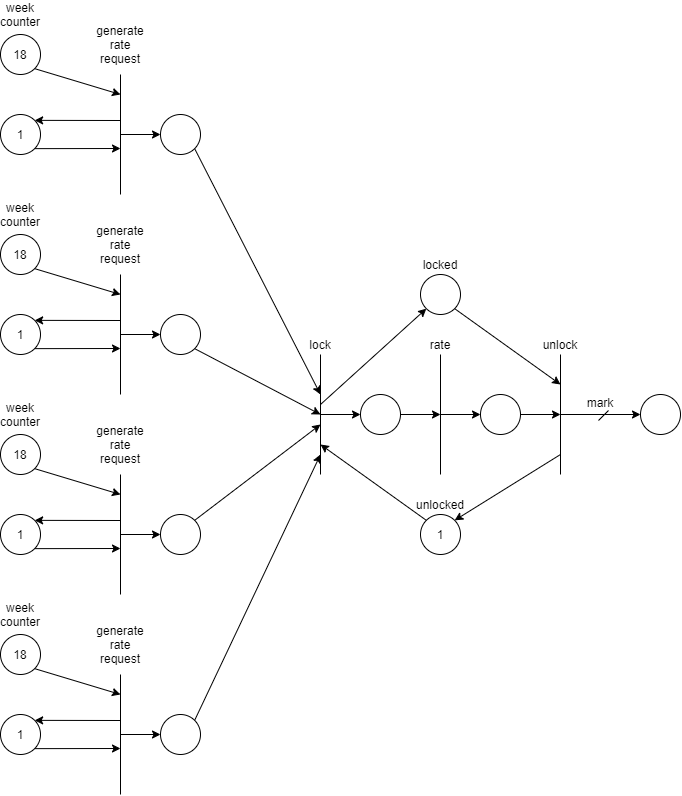
ojdmytruk/PDC keeps this draw.io diagram as lab5/journal thread petri.png. Above is the earlier version. Source tidied: cells renumbered, new cells last; positions are measured from the earlier drawing's top-left corner, leaving out a move shared by most shapes. Source of this version:
```xml
<mxGraphModel>
  <root>
    <mxCell id="0" />
    <mxCell id="1" parent="0" />
    <mxCell id="2" value="18" style="ellipse;whiteSpace=wrap;html=1;" parent="1" vertex="1">
      <mxGeometry y="30" width="40" height="40" as="geometry" />
    </mxCell>
    <mxCell id="3" value="week counter" style="text;html=1;strokeColor=none;fillColor=none;align=center;verticalAlign=middle;whiteSpace=wrap;rounded=0;" parent="1" vertex="1">
      <mxGeometry width="40" height="20" as="geometry" />
    </mxCell>
    <mxCell id="4" value="1" style="ellipse;whiteSpace=wrap;html=1;" parent="1" vertex="1">
      <mxGeometry y="110" width="40" height="40" as="geometry" />
    </mxCell>
    <mxCell id="5" style="endArrow=none;html=1;" parent="1" edge="1">
      <mxGeometry relative="1" as="geometry">
        <mxPoint x="120" y="190" as="sourcePoint" />
        <mxPoint x="120" y="70" as="targetPoint" />
      </mxGeometry>
    </mxCell>
    <mxCell id="6" value="generate rate request" style="text;html=1;strokeColor=none;fillColor=none;align=center;verticalAlign=middle;whiteSpace=wrap;rounded=0;" parent="1" vertex="1">
      <mxGeometry x="100" y="30" width="40" height="20" as="geometry" />
    </mxCell>
    <mxCell id="7" style="endArrow=classic;html=1;exitX=1;exitY=1;exitDx=0;exitDy=0;" parent="1" edge="1" source="4">
      <mxGeometry relative="1" as="geometry">
        <mxPoint x="120" y="144" as="targetPoint" />
      </mxGeometry>
    </mxCell>
    <mxCell id="8" style="endArrow=classic;html=1;entryX=1;entryY=0;entryDx=0;entryDy=0;" parent="1" edge="1" target="4">
      <mxGeometry relative="1" as="geometry">
        <mxPoint x="120" y="116" as="sourcePoint" />
      </mxGeometry>
    </mxCell>
    <mxCell id="9" style="endArrow=classic;html=1;exitX=1;exitY=1;exitDx=0;exitDy=0;" parent="1" edge="1" source="2">
      <mxGeometry relative="1" as="geometry">
        <mxPoint x="120" y="90" as="targetPoint" />
      </mxGeometry>
    </mxCell>
    <mxCell id="10" style="ellipse;whiteSpace=wrap;html=1;" parent="1" vertex="1">
      <mxGeometry x="160" y="110" width="40" height="40" as="geometry" />
    </mxCell>
    <mxCell id="11" style="endArrow=classic;html=1;entryX=0;entryY=0.5;entryDx=0;entryDy=0;" parent="1" edge="1" target="10">
      <mxGeometry relative="1" as="geometry">
        <mxPoint x="120" y="130" as="sourcePoint" />
      </mxGeometry>
    </mxCell>
    <mxCell id="12" value="18" style="ellipse;whiteSpace=wrap;html=1;" parent="1" vertex="1">
      <mxGeometry y="230" width="40" height="40" as="geometry" />
    </mxCell>
    <mxCell id="13" value="week counter" style="text;html=1;strokeColor=none;fillColor=none;align=center;verticalAlign=middle;whiteSpace=wrap;rounded=0;" parent="1" vertex="1">
      <mxGeometry y="200" width="40" height="20" as="geometry" />
    </mxCell>
    <mxCell id="14" value="1" style="ellipse;whiteSpace=wrap;html=1;" parent="1" vertex="1">
      <mxGeometry y="310" width="40" height="40" as="geometry" />
    </mxCell>
    <mxCell id="15" style="endArrow=none;html=1;" parent="1" edge="1">
      <mxGeometry relative="1" as="geometry">
        <mxPoint x="120" y="390" as="sourcePoint" />
        <mxPoint x="120" y="270" as="targetPoint" />
      </mxGeometry>
    </mxCell>
    <mxCell id="16" value="generate rate request" style="text;html=1;strokeColor=none;fillColor=none;align=center;verticalAlign=middle;whiteSpace=wrap;rounded=0;" parent="1" vertex="1">
      <mxGeometry x="100" y="230" width="40" height="20" as="geometry" />
    </mxCell>
    <mxCell id="17" style="endArrow=classic;html=1;exitX=1;exitY=1;exitDx=0;exitDy=0;" parent="1" edge="1" source="14">
      <mxGeometry relative="1" as="geometry">
        <mxPoint x="120" y="344" as="targetPoint" />
      </mxGeometry>
    </mxCell>
    <mxCell id="18" style="endArrow=classic;html=1;entryX=1;entryY=0;entryDx=0;entryDy=0;" parent="1" edge="1" target="14">
      <mxGeometry relative="1" as="geometry">
        <mxPoint x="120" y="316" as="sourcePoint" />
      </mxGeometry>
    </mxCell>
    <mxCell id="19" style="endArrow=classic;html=1;exitX=1;exitY=1;exitDx=0;exitDy=0;" parent="1" edge="1" source="12">
      <mxGeometry relative="1" as="geometry">
        <mxPoint x="120" y="290" as="targetPoint" />
      </mxGeometry>
    </mxCell>
    <mxCell id="20" style="ellipse;whiteSpace=wrap;html=1;" parent="1" vertex="1">
      <mxGeometry x="160" y="310" width="40" height="40" as="geometry" />
    </mxCell>
    <mxCell id="21" style="endArrow=classic;html=1;entryX=0;entryY=0.5;entryDx=0;entryDy=0;" parent="1" edge="1" target="20">
      <mxGeometry relative="1" as="geometry">
        <mxPoint x="120" y="330" as="sourcePoint" />
      </mxGeometry>
    </mxCell>
    <mxCell id="22" value="18" style="ellipse;whiteSpace=wrap;html=1;" parent="1" vertex="1">
      <mxGeometry y="430" width="40" height="40" as="geometry" />
    </mxCell>
    <mxCell id="23" value="week counter" style="text;html=1;strokeColor=none;fillColor=none;align=center;verticalAlign=middle;whiteSpace=wrap;rounded=0;" parent="1" vertex="1">
      <mxGeometry y="400" width="40" height="20" as="geometry" />
    </mxCell>
    <mxCell id="24" value="1" style="ellipse;whiteSpace=wrap;html=1;" parent="1" vertex="1">
      <mxGeometry y="510" width="40" height="40" as="geometry" />
    </mxCell>
    <mxCell id="25" style="endArrow=none;html=1;" parent="1" edge="1">
      <mxGeometry relative="1" as="geometry">
        <mxPoint x="120" y="590" as="sourcePoint" />
        <mxPoint x="120" y="470" as="targetPoint" />
      </mxGeometry>
    </mxCell>
    <mxCell id="26" value="generate rate request" style="text;html=1;strokeColor=none;fillColor=none;align=center;verticalAlign=middle;whiteSpace=wrap;rounded=0;" parent="1" vertex="1">
      <mxGeometry x="100" y="430" width="40" height="20" as="geometry" />
    </mxCell>
    <mxCell id="27" style="endArrow=classic;html=1;exitX=1;exitY=1;exitDx=0;exitDy=0;" parent="1" edge="1" source="24">
      <mxGeometry relative="1" as="geometry">
        <mxPoint x="120" y="544" as="targetPoint" />
      </mxGeometry>
    </mxCell>
    <mxCell id="28" style="endArrow=classic;html=1;entryX=1;entryY=0;entryDx=0;entryDy=0;" parent="1" edge="1" target="24">
      <mxGeometry relative="1" as="geometry">
        <mxPoint x="120" y="516" as="sourcePoint" />
      </mxGeometry>
    </mxCell>
    <mxCell id="29" style="endArrow=classic;html=1;exitX=1;exitY=1;exitDx=0;exitDy=0;" parent="1" edge="1" source="22">
      <mxGeometry relative="1" as="geometry">
        <mxPoint x="120" y="490" as="targetPoint" />
      </mxGeometry>
    </mxCell>
    <mxCell id="30" style="ellipse;whiteSpace=wrap;html=1;" parent="1" vertex="1">
      <mxGeometry x="160" y="510" width="40" height="40" as="geometry" />
    </mxCell>
    <mxCell id="31" style="endArrow=classic;html=1;entryX=0;entryY=0.5;entryDx=0;entryDy=0;" parent="1" edge="1" target="30">
      <mxGeometry relative="1" as="geometry">
        <mxPoint x="120" y="530" as="sourcePoint" />
      </mxGeometry>
    </mxCell>
    <mxCell id="32" value="18" style="ellipse;whiteSpace=wrap;html=1;" parent="1" vertex="1">
      <mxGeometry y="630" width="40" height="40" as="geometry" />
    </mxCell>
    <mxCell id="33" value="week counter" style="text;html=1;strokeColor=none;fillColor=none;align=center;verticalAlign=middle;whiteSpace=wrap;rounded=0;" parent="1" vertex="1">
      <mxGeometry y="600" width="40" height="20" as="geometry" />
    </mxCell>
    <mxCell id="34" value="1" style="ellipse;whiteSpace=wrap;html=1;" parent="1" vertex="1">
      <mxGeometry y="710" width="40" height="40" as="geometry" />
    </mxCell>
    <mxCell id="35" style="endArrow=none;html=1;" parent="1" edge="1">
      <mxGeometry relative="1" as="geometry">
        <mxPoint x="120" y="790" as="sourcePoint" />
        <mxPoint x="120" y="670" as="targetPoint" />
      </mxGeometry>
    </mxCell>
    <mxCell id="36" value="generate rate request" style="text;html=1;strokeColor=none;fillColor=none;align=center;verticalAlign=middle;whiteSpace=wrap;rounded=0;" parent="1" vertex="1">
      <mxGeometry x="100" y="630" width="40" height="20" as="geometry" />
    </mxCell>
    <mxCell id="37" style="endArrow=classic;html=1;exitX=1;exitY=1;exitDx=0;exitDy=0;" parent="1" edge="1" source="34">
      <mxGeometry relative="1" as="geometry">
        <mxPoint x="120" y="744" as="targetPoint" />
      </mxGeometry>
    </mxCell>
    <mxCell id="38" style="endArrow=classic;html=1;entryX=1;entryY=0;entryDx=0;entryDy=0;" parent="1" edge="1" target="34">
      <mxGeometry relative="1" as="geometry">
        <mxPoint x="120" y="716" as="sourcePoint" />
      </mxGeometry>
    </mxCell>
    <mxCell id="39" style="endArrow=classic;html=1;exitX=1;exitY=1;exitDx=0;exitDy=0;" parent="1" edge="1" source="32">
      <mxGeometry relative="1" as="geometry">
        <mxPoint x="120" y="690" as="targetPoint" />
      </mxGeometry>
    </mxCell>
    <mxCell id="40" style="ellipse;whiteSpace=wrap;html=1;" parent="1" vertex="1">
      <mxGeometry x="160" y="710" width="40" height="40" as="geometry" />
    </mxCell>
    <mxCell id="41" style="endArrow=classic;html=1;entryX=0;entryY=0.5;entryDx=0;entryDy=0;" parent="1" edge="1" target="40">
      <mxGeometry relative="1" as="geometry">
        <mxPoint x="120" y="730" as="sourcePoint" />
      </mxGeometry>
    </mxCell>
    <mxCell id="42" style="endArrow=none;html=1;" parent="1" edge="1">
      <mxGeometry relative="1" as="geometry">
        <mxPoint x="320" y="470" as="sourcePoint" />
        <mxPoint x="320" y="350" as="targetPoint" />
      </mxGeometry>
    </mxCell>
    <mxCell id="43" value="lock" style="text;html=1;strokeColor=none;fillColor=none;align=center;verticalAlign=middle;whiteSpace=wrap;rounded=0;" parent="1" vertex="1">
      <mxGeometry x="300" y="330" width="40" height="20" as="geometry" />
    </mxCell>
    <mxCell id="44" style="endArrow=classic;html=1;exitX=1;exitY=1;exitDx=0;exitDy=0;" parent="1" edge="1" source="10">
      <mxGeometry relative="1" as="geometry">
        <mxPoint x="320" y="390" as="targetPoint" />
      </mxGeometry>
    </mxCell>
    <mxCell id="45" style="endArrow=classic;html=1;exitX=1;exitY=1;exitDx=0;exitDy=0;" parent="1" edge="1" source="20">
      <mxGeometry relative="1" as="geometry">
        <mxPoint x="320" y="410" as="targetPoint" />
      </mxGeometry>
    </mxCell>
    <mxCell id="46" style="endArrow=classic;html=1;exitX=1;exitY=0;exitDx=0;exitDy=0;" parent="1" edge="1" source="30">
      <mxGeometry relative="1" as="geometry">
        <mxPoint x="320" y="420" as="targetPoint" />
      </mxGeometry>
    </mxCell>
    <mxCell id="47" style="endArrow=classic;html=1;exitX=1;exitY=0;exitDx=0;exitDy=0;" parent="1" edge="1" source="40">
      <mxGeometry relative="1" as="geometry">
        <mxPoint x="320" y="450" as="targetPoint" />
      </mxGeometry>
    </mxCell>
    <mxCell id="48" style="ellipse;whiteSpace=wrap;html=1;" parent="1" vertex="1">
      <mxGeometry x="360" y="390" width="40" height="40" as="geometry" />
    </mxCell>
    <mxCell id="49" style="endArrow=none;html=1;" parent="1" edge="1">
      <mxGeometry relative="1" as="geometry">
        <mxPoint x="440" y="470" as="sourcePoint" />
        <mxPoint x="440" y="350" as="targetPoint" />
      </mxGeometry>
    </mxCell>
    <mxCell id="50" value="rate" style="text;html=1;strokeColor=none;fillColor=none;align=center;verticalAlign=middle;whiteSpace=wrap;rounded=0;" parent="1" vertex="1">
      <mxGeometry x="420" y="330" width="40" height="20" as="geometry" />
    </mxCell>
    <mxCell id="51" style="endArrow=classic;html=1;entryX=0;entryY=0.5;entryDx=0;entryDy=0;" parent="1" edge="1" target="48">
      <mxGeometry relative="1" as="geometry">
        <mxPoint x="320" y="410" as="sourcePoint" />
      </mxGeometry>
    </mxCell>
    <mxCell id="52" style="endArrow=classic;html=1;exitX=1;exitY=0.5;exitDx=0;exitDy=0;" parent="1" edge="1" source="48">
      <mxGeometry relative="1" as="geometry">
        <mxPoint x="440" y="410" as="targetPoint" />
      </mxGeometry>
    </mxCell>
    <mxCell id="53" style="ellipse;whiteSpace=wrap;html=1;" parent="1" vertex="1">
      <mxGeometry x="480" y="390" width="40" height="40" as="geometry" />
    </mxCell>
    <mxCell id="54" style="endArrow=none;html=1;" parent="1" edge="1">
      <mxGeometry relative="1" as="geometry">
        <mxPoint x="560" y="470" as="sourcePoint" />
        <mxPoint x="560" y="350" as="targetPoint" />
      </mxGeometry>
    </mxCell>
    <mxCell id="55" value="unlock" style="text;html=1;strokeColor=none;fillColor=none;align=center;verticalAlign=middle;whiteSpace=wrap;rounded=0;" parent="1" vertex="1">
      <mxGeometry x="540" y="330" width="40" height="20" as="geometry" />
    </mxCell>
    <mxCell id="56" style="endArrow=classic;html=1;entryX=0;entryY=0.5;entryDx=0;entryDy=0;" parent="1" edge="1" target="53">
      <mxGeometry relative="1" as="geometry">
        <mxPoint x="440" y="410" as="sourcePoint" />
      </mxGeometry>
    </mxCell>
    <mxCell id="57" style="endArrow=classic;html=1;exitX=1;exitY=0.5;exitDx=0;exitDy=0;" parent="1" edge="1" source="53">
      <mxGeometry relative="1" as="geometry">
        <mxPoint x="560" y="410" as="targetPoint" />
      </mxGeometry>
    </mxCell>
    <mxCell id="58" style="ellipse;whiteSpace=wrap;html=1;" parent="1" vertex="1">
      <mxGeometry x="420" y="270" width="40" height="40" as="geometry" />
    </mxCell>
    <mxCell id="59" value="1" style="ellipse;whiteSpace=wrap;html=1;" parent="1" vertex="1">
      <mxGeometry x="420" y="510" width="40" height="40" as="geometry" />
    </mxCell>
    <mxCell id="60" value="locked" style="text;html=1;strokeColor=none;fillColor=none;align=center;verticalAlign=middle;whiteSpace=wrap;rounded=0;" parent="1" vertex="1">
      <mxGeometry x="420" y="250" width="40" height="20" as="geometry" />
    </mxCell>
    <mxCell id="61" value="unlocked" style="text;html=1;strokeColor=none;fillColor=none;align=center;verticalAlign=middle;whiteSpace=wrap;rounded=0;" parent="1" vertex="1">
      <mxGeometry x="420" y="490" width="40" height="20" as="geometry" />
    </mxCell>
    <mxCell id="62" style="endArrow=classic;html=1;entryX=0;entryY=1;entryDx=0;entryDy=0;" parent="1" edge="1" target="58">
      <mxGeometry relative="1" as="geometry">
        <mxPoint x="320" y="400" as="sourcePoint" />
      </mxGeometry>
    </mxCell>
    <mxCell id="63" style="endArrow=classic;html=1;exitX=1;exitY=1;exitDx=0;exitDy=0;" parent="1" edge="1" source="58">
      <mxGeometry relative="1" as="geometry">
        <mxPoint x="560" y="380" as="targetPoint" />
      </mxGeometry>
    </mxCell>
    <mxCell id="64" style="endArrow=classic;html=1;entryX=1;entryY=0;entryDx=0;entryDy=0;" parent="1" edge="1" target="59">
      <mxGeometry relative="1" as="geometry">
        <mxPoint x="560" y="450" as="sourcePoint" />
      </mxGeometry>
    </mxCell>
    <mxCell id="65" style="endArrow=classic;html=1;exitX=0;exitY=0;exitDx=0;exitDy=0;" parent="1" edge="1" source="59">
      <mxGeometry relative="1" as="geometry">
        <mxPoint x="320" y="440" as="targetPoint" />
      </mxGeometry>
    </mxCell>
    <mxCell id="66" style="ellipse;whiteSpace=wrap;html=1;" parent="1" vertex="1">
      <mxGeometry x="640" y="390" width="40" height="40" as="geometry" />
    </mxCell>
    <mxCell id="67" style="endArrow=classic;html=1;entryX=0;entryY=0.5;entryDx=0;entryDy=0;" parent="1" edge="1" target="66">
      <mxGeometry relative="1" as="geometry">
        <mxPoint x="560" y="410" as="sourcePoint" />
      </mxGeometry>
    </mxCell>
    <mxCell id="68" style="endArrow=none;html=1;" parent="1" edge="1">
      <mxGeometry relative="1" as="geometry">
        <mxPoint x="598" y="416" as="sourcePoint" />
        <mxPoint x="608" y="406" as="targetPoint" />
      </mxGeometry>
    </mxCell>
    <mxCell id="69" value="mark" style="text;html=1;strokeColor=none;fillColor=none;align=center;verticalAlign=middle;whiteSpace=wrap;rounded=0;" parent="1" vertex="1">
      <mxGeometry x="580" y="388" width="40" height="20" as="geometry" />
    </mxCell>
  </root>
</mxGraphModel>
```
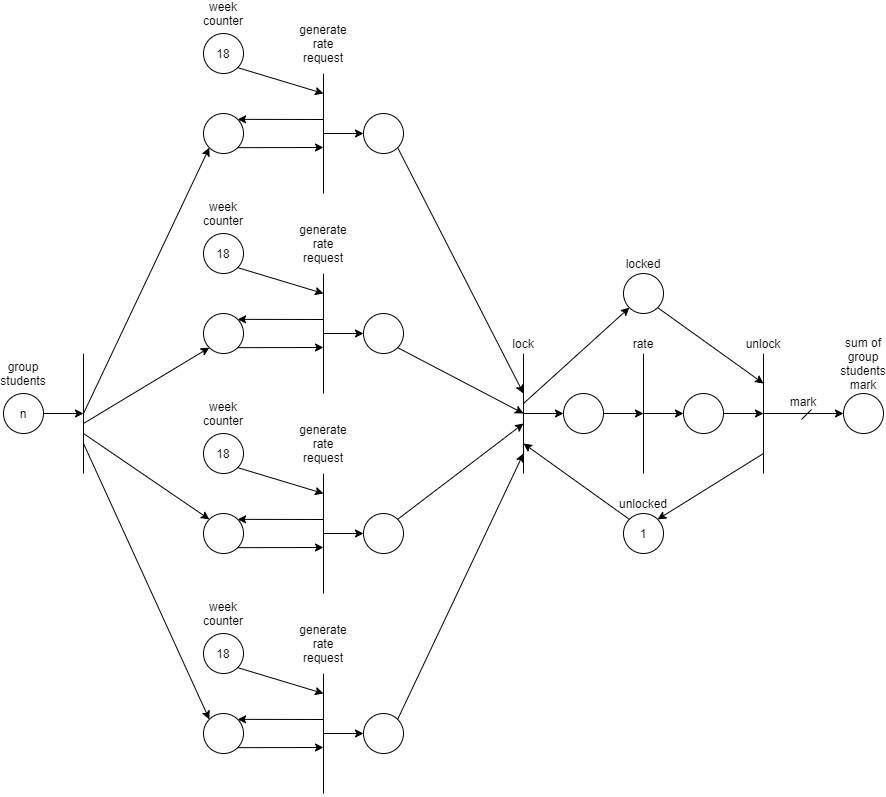
The same diagram one commit later.

Change to the diagram source:
```diff
@@ -8,7 +8,7 @@
     <mxCell id="3" value="week counter" style="text;html=1;strokeColor=none;fillColor=none;align=center;verticalAlign=middle;whiteSpace=wrap;rounded=0;" parent="1" vertex="1">
       <mxGeometry width="40" height="20" as="geometry" />
     </mxCell>
-    <mxCell id="4" value="1" style="ellipse;whiteSpace=wrap;html=1;" parent="1" vertex="1">
+    <mxCell id="4" style="ellipse;whiteSpace=wrap;html=1;" parent="1" vertex="1">
       <mxGeometry y="110" width="40" height="40" as="geometry" />
     </mxCell>
     <mxCell id="5" style="endArrow=none;html=1;" parent="1" edge="1">
@@ -49,7 +49,7 @@
     <mxCell id="13" value="week counter" style="text;html=1;strokeColor=none;fillColor=none;align=center;verticalAlign=middle;whiteSpace=wrap;rounded=0;" parent="1" vertex="1">
       <mxGeometry y="200" width="40" height="20" as="geometry" />
     </mxCell>
-    <mxCell id="14" value="1" style="ellipse;whiteSpace=wrap;html=1;" parent="1" vertex="1">
+    <mxCell id="14" style="ellipse;whiteSpace=wrap;html=1;" parent="1" vertex="1">
       <mxGeometry y="310" width="40" height="40" as="geometry" />
     </mxCell>
     <mxCell id="15" style="endArrow=none;html=1;" parent="1" edge="1">
@@ -90,7 +90,7 @@
     <mxCell id="23" value="week counter" style="text;html=1;strokeColor=none;fillColor=none;align=center;verticalAlign=middle;whiteSpace=wrap;rounded=0;" parent="1" vertex="1">
       <mxGeometry y="400" width="40" height="20" as="geometry" />
     </mxCell>
-    <mxCell id="24" value="1" style="ellipse;whiteSpace=wrap;html=1;" parent="1" vertex="1">
+    <mxCell id="24" style="ellipse;whiteSpace=wrap;html=1;" parent="1" vertex="1">
       <mxGeometry y="510" width="40" height="40" as="geometry" />
     </mxCell>
     <mxCell id="25" style="endArrow=none;html=1;" parent="1" edge="1">
@@ -131,7 +131,7 @@
     <mxCell id="33" value="week counter" style="text;html=1;strokeColor=none;fillColor=none;align=center;verticalAlign=middle;whiteSpace=wrap;rounded=0;" parent="1" vertex="1">
       <mxGeometry y="600" width="40" height="20" as="geometry" />
     </mxCell>
-    <mxCell id="34" value="1" style="ellipse;whiteSpace=wrap;html=1;" parent="1" vertex="1">
+    <mxCell id="34" style="ellipse;whiteSpace=wrap;html=1;" parent="1" vertex="1">
       <mxGeometry y="710" width="40" height="40" as="geometry" />
     </mxCell>
     <mxCell id="35" style="endArrow=none;html=1;" parent="1" edge="1">
@@ -288,5 +288,45 @@
     <mxCell id="69" value="mark" style="text;html=1;strokeColor=none;fillColor=none;align=center;verticalAlign=middle;whiteSpace=wrap;rounded=0;" parent="1" vertex="1">
       <mxGeometry x="580" y="388" width="40" height="20" as="geometry" />
     </mxCell>
+    <mxCell id="70" value="n" style="ellipse;whiteSpace=wrap;html=1;" parent="1" vertex="1">
+      <mxGeometry x="-200" y="390" width="40" height="40" as="geometry" />
+    </mxCell>
+    <mxCell id="71" style="endArrow=none;html=1;" parent="1" edge="1">
+      <mxGeometry relative="1" as="geometry">
+        <mxPoint x="-120" y="470" as="sourcePoint" />
+        <mxPoint x="-120" y="350" as="targetPoint" />
+      </mxGeometry>
+    </mxCell>
+    <mxCell id="72" style="endArrow=classic;html=1;entryX=0;entryY=1;entryDx=0;entryDy=0;" parent="1" edge="1" target="4">
+      <mxGeometry relative="1" as="geometry">
+        <mxPoint x="-120" y="410" as="sourcePoint" />
+      </mxGeometry>
+    </mxCell>
+    <mxCell id="73" style="endArrow=classic;html=1;entryX=0;entryY=1;entryDx=0;entryDy=0;" parent="1" edge="1" target="14">
+      <mxGeometry relative="1" as="geometry">
+        <mxPoint x="-120" y="420" as="sourcePoint" />
+      </mxGeometry>
+    </mxCell>
+    <mxCell id="74" style="endArrow=classic;html=1;entryX=0;entryY=0;entryDx=0;entryDy=0;" parent="1" edge="1" target="24">
+      <mxGeometry relative="1" as="geometry">
+        <mxPoint x="-120" y="430" as="sourcePoint" />
+      </mxGeometry>
+    </mxCell>
+    <mxCell id="75" style="endArrow=classic;html=1;entryX=0;entryY=0;entryDx=0;entryDy=0;" parent="1" edge="1" target="34">
+      <mxGeometry relative="1" as="geometry">
+        <mxPoint x="-120" y="440" as="sourcePoint" />
+      </mxGeometry>
+    </mxCell>
+    <mxCell id="76" style="endArrow=classic;html=1;exitX=1;exitY=0.5;exitDx=0;exitDy=0;" parent="1" edge="1" source="70">
+      <mxGeometry relative="1" as="geometry">
+        <mxPoint x="-120" y="410" as="targetPoint" />
+      </mxGeometry>
+    </mxCell>
+    <mxCell id="77" value="group students" style="text;html=1;strokeColor=none;fillColor=none;align=center;verticalAlign=middle;whiteSpace=wrap;rounded=0;" parent="1" vertex="1">
+      <mxGeometry x="-200" y="360" width="40" height="20" as="geometry" />
+    </mxCell>
+    <mxCell id="78" value="sum of group students mark" style="text;html=1;strokeColor=none;fillColor=none;align=center;verticalAlign=middle;whiteSpace=wrap;rounded=0;" parent="1" vertex="1">
+      <mxGeometry x="640" y="350" width="40" height="20" as="geometry" />
+    </mxCell>
   </root>
 </mxGraphModel>
```
